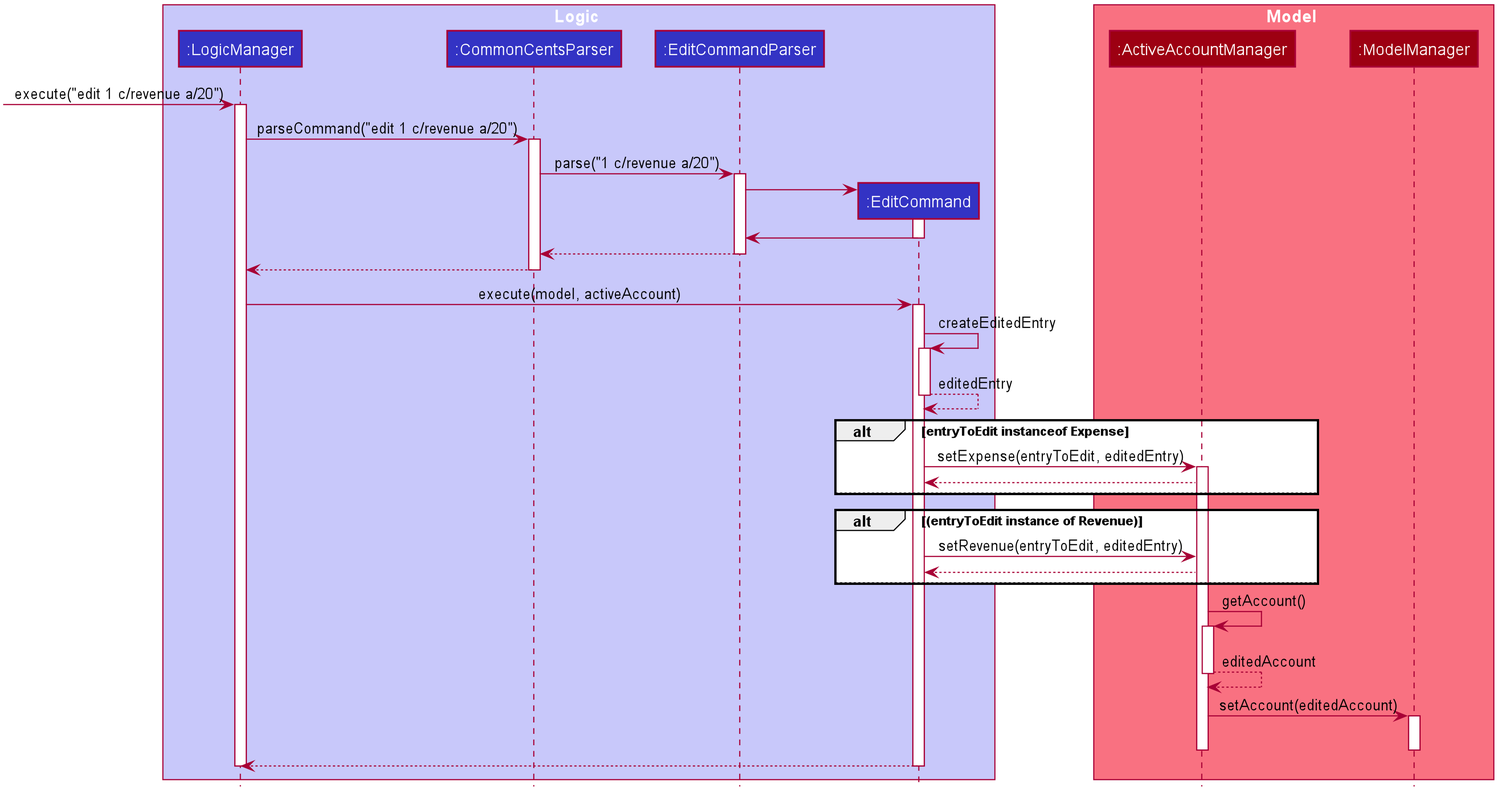
Earlier version of the PlantUML export docs/images/EditSequenceDiagram.png (nus-cs2103-AY2021S1/tp).
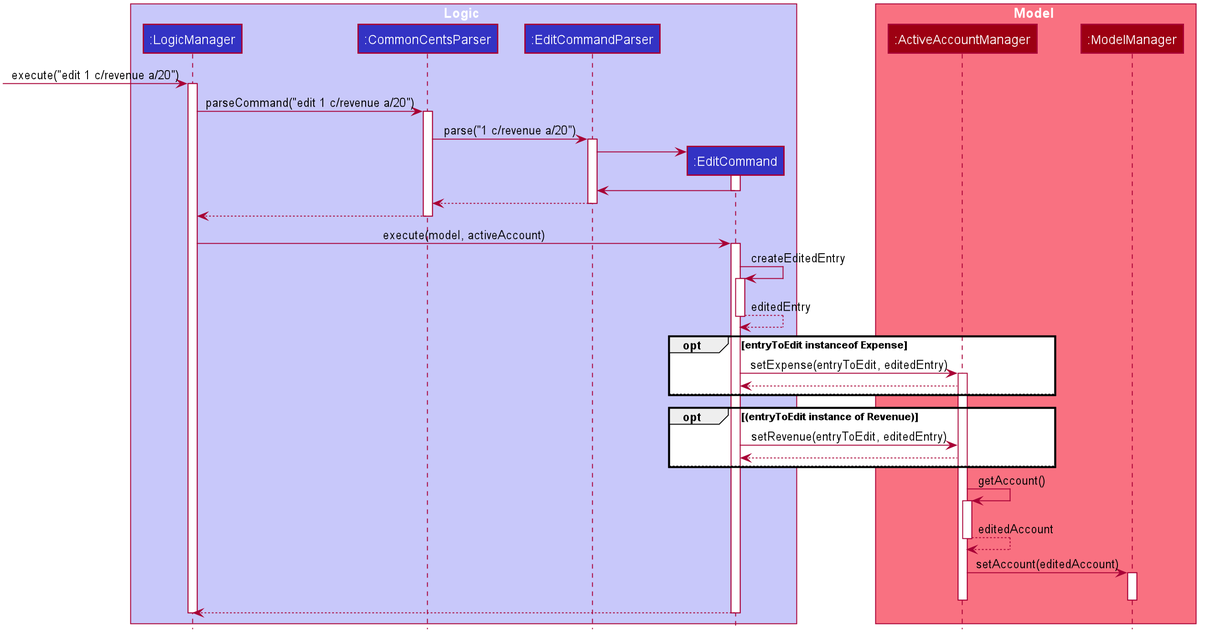
After the commit.

Commit message:
Edited sequence diagram for Edit and Clear Command

Change to the diagram source:
```diff
@@ -90,7 +90,7 @@
 return editedEntry
 autoactivate off
 
-alt entryToEdit instanceof Expense
+opt entryToEdit instanceof Expense
 EditCommand -> ActiveAccount: setExpense(entryToEdit, editedEntry)
 activate ActiveAccount
 
@@ -98,7 +98,7 @@
 else
 end
 
-alt (entryToEdit instance of Revenue)
+opt (entryToEdit instance of Revenue)
 EditCommand -> ActiveAccount: setRevenue(entryToEdit, editedEntry)
 
 
```
